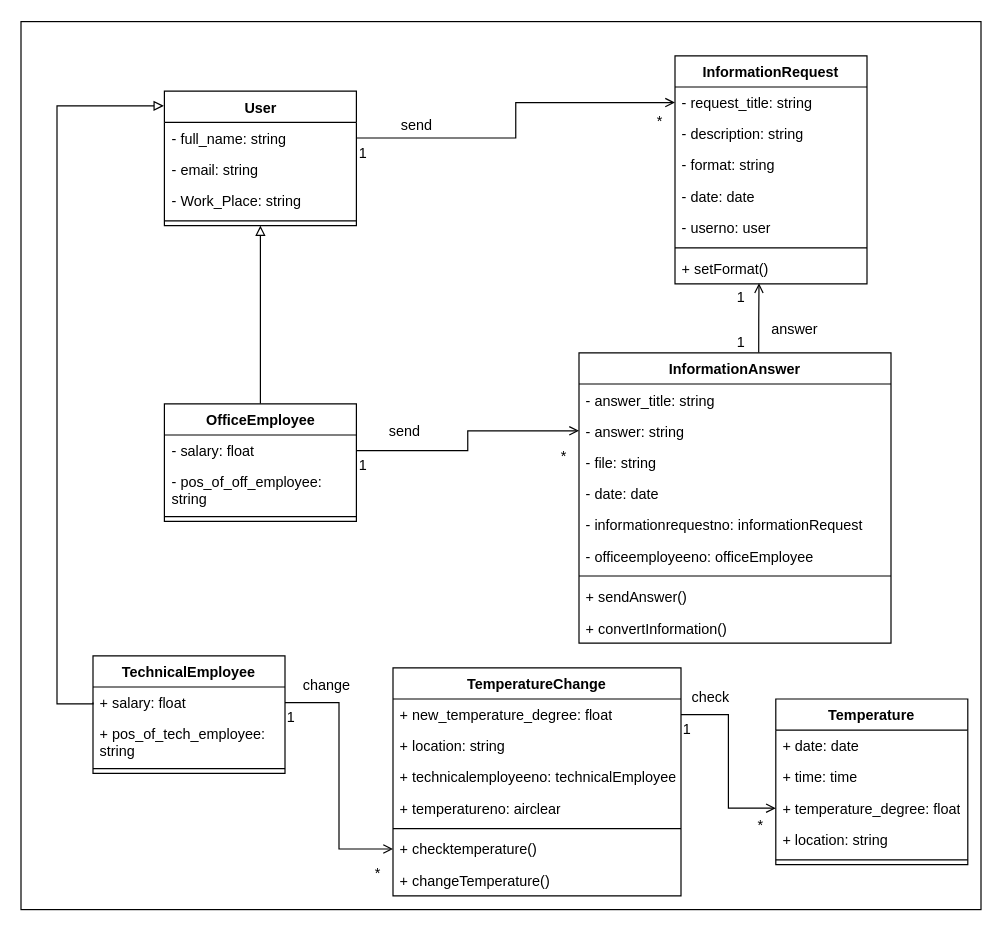
The draw.io diagram 2-SoftwareDesign/2.5-UMLProgramClasses/UMLProgramClasses.drawio in oleksandrblazhko/ai-213-gavrosh, before the edit. Source tidied: cells renumbered, new cells numbered last; positions are measured from the earlier drawing's top-left corner, leaving out a move shared by most shapes. Both pictures are drawn from the tidied source at 120%, with x=0, y=0 at pixel (20, 22).
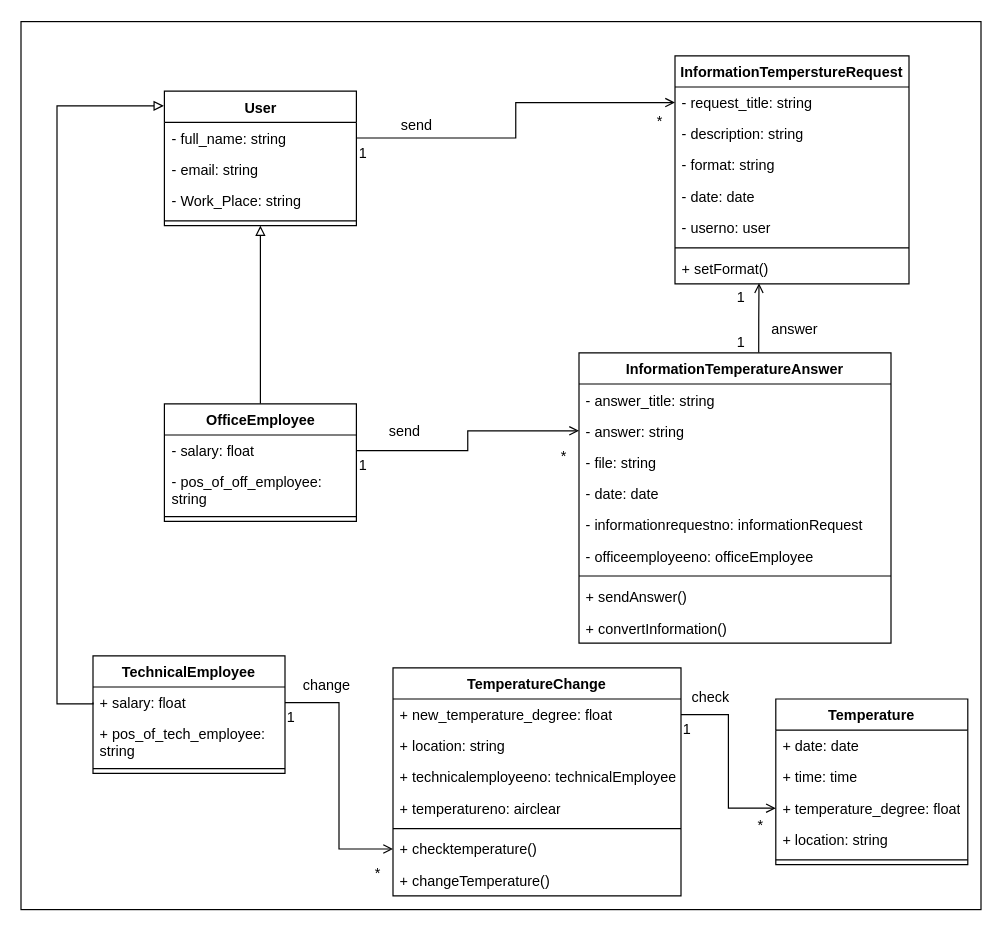
The same diagram, later.

Change to the diagram source:
```diff
@@
-    <mxCell id="17" value="InformationRequest" style="swimlane;fontStyle=1;align=center;verticalAlign=top;horizontal=1;startSize=26;whiteSpace=wrap;html=1;" parent="1" vertex="1">
-      <mxGeometry x="545" y="28" width="160" height="190" as="geometry" />
+    <mxCell id="17" value="InformationTemperstureRequest" style="swimlane;fontStyle=1;align=center;verticalAlign=top;horizontal=1;startSize=26;whiteSpace=wrap;html=1;" parent="1" vertex="1">
+      <mxGeometry x="545" y="28" width="195" height="190" as="geometry" />
     </mxCell>
     <mxCell id="18" value="- request_title: string" style="text;strokeColor=none;fillColor=none;align=left;verticalAlign=top;spacingLeft=4;spacingRight=4;overflow=hidden;points=[[0,0.5],[1,0.5]];portConstraint=eastwest;whiteSpace=wrap;html=1;" parent="17" vertex="1">
-      <mxGeometry y="26" width="160" height="26" as="geometry" />
+      <mxGeometry y="26" width="195" height="26" as="geometry" />
     </mxCell>
     <mxCell id="19" value="- description: string" style="text;strokeColor=none;fillColor=none;align=left;verticalAlign=top;spacingLeft=4;spacingRight=4;overflow=hidden;whiteSpace=wrap;html=1;" parent="17" vertex="1">
-      <mxGeometry y="52" width="160" height="26" as="geometry" />
+      <mxGeometry y="52" width="195" height="26" as="geometry" />
     </mxCell>
     <mxCell id="20" value="- format: string" style="text;strokeColor=none;fillColor=none;align=left;verticalAlign=top;spacingLeft=4;spacingRight=4;overflow=hidden;whiteSpace=wrap;html=1;" parent="17" vertex="1">
-      <mxGeometry y="78" width="160" height="26" as="geometry" />
+      <mxGeometry y="78" width="195" height="26" as="geometry" />
     </mxCell>
     <mxCell id="21" value="- date:&amp;nbsp;date" style="text;strokeColor=none;fillColor=none;align=left;verticalAlign=top;spacingLeft=4;spacingRight=4;overflow=hidden;whiteSpace=wrap;html=1;" parent="17" vertex="1">
-      <mxGeometry y="104" width="160" height="26" as="geometry" />
+      <mxGeometry y="104" width="195" height="26" as="geometry" />
     </mxCell>
     <mxCell id="22" value="- userno:&amp;nbsp;user" style="text;strokeColor=none;fillColor=none;align=left;verticalAlign=top;spacingLeft=4;spacingRight=4;overflow=hidden;whiteSpace=wrap;html=1;" parent="17" vertex="1">
-      <mxGeometry y="130" width="160" height="26" as="geometry" />
+      <mxGeometry y="130" width="195" height="26" as="geometry" />
     </mxCell>
     <mxCell id="23" style="line;strokeWidth=1;fillColor=none;align=left;verticalAlign=middle;spacingTop=-1;spacingLeft=3;spacingRight=3;labelPosition=right;strokeColor=inherit;" parent="17" vertex="1">
-      <mxGeometry y="156" width="160" height="8" as="geometry" />
+      <mxGeometry y="156" width="195" height="8" as="geometry" />
     </mxCell>
     <mxCell id="24" value="+ setFormat()" style="text;strokeColor=none;fillColor=none;align=left;verticalAlign=top;spacingLeft=4;spacingRight=4;overflow=hidden;whiteSpace=wrap;html=1;" parent="17" vertex="1">
-      <mxGeometry y="164" width="160" height="26" as="geometry" />
+      <mxGeometry y="164" width="195" height="26" as="geometry" />
     </mxCell>
-    <mxCell id="25" value="InformationAnswer" style="swimlane;fontStyle=1;align=center;verticalAlign=top;horizontal=1;startSize=26;whiteSpace=wrap;html=1;" parent="1" vertex="1">
+    <mxCell id="25" value="InformationTemperatureAnswer" style="swimlane;fontStyle=1;align=center;verticalAlign=top;horizontal=1;startSize=26;whiteSpace=wrap;html=1;" parent="1" vertex="1">
       <mxGeometry x="465" y="275.5" width="260" height="242" as="geometry" />
     </mxCell>
```
